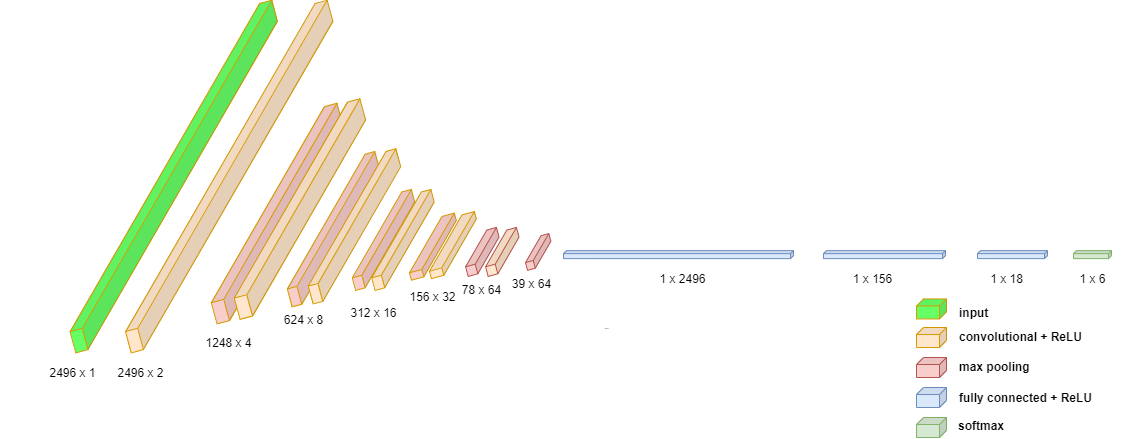
This is 1D CNN.png from krupaanand312jc/EMG_Hand_Movements_NN, a draw.io export, as it was before one commit. Source tidied: cells renumbered, new cells last; positions are measured from the earlier drawing's top-left corner, leaving out a move shared by most shapes.
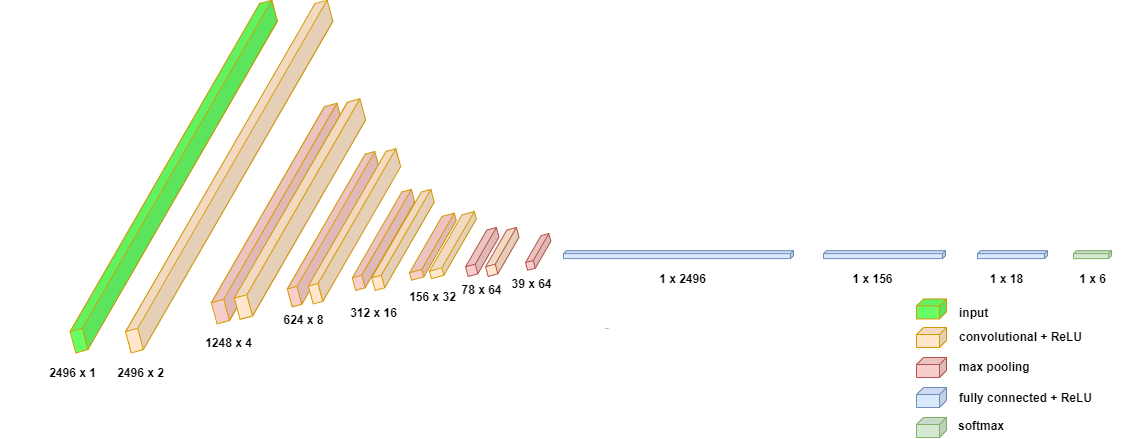
Later version of the same file.

Diff of the diagram source:
```diff
@@ -41,7 +41,7 @@
     <mxCell id="14" style="shape=cube;whiteSpace=wrap;html=1;boundedLbl=1;backgroundOutline=1;darkOpacity=0.05;darkOpacity2=0.1;size=7;direction=east;flipH=1;fillColor=#d5e8d4;strokeColor=#82b366;" parent="1" vertex="1">
       <mxGeometry x="893" y="386" width="30" height="20" as="geometry" />
     </mxCell>
-    <mxCell id="15" value="2496 x 2" style="text;html=1;strokeColor=none;fillColor=none;align=center;verticalAlign=middle;whiteSpace=wrap;rounded=0;" parent="1" vertex="1">
+    <mxCell id="15" value="2496 x 2" style="text;html=1;strokeColor=none;fillColor=none;align=center;verticalAlign=middle;whiteSpace=wrap;rounded=0;fontStyle=1;" parent="1" vertex="1">
       <mxGeometry x="68" y="326" width="99" height="30" as="geometry" />
     </mxCell>
     <mxCell id="16" value="convolutional + ReLU" style="text;html=1;strokeColor=none;fillColor=none;align=left;verticalAlign=middle;whiteSpace=wrap;rounded=0;fontStyle=1;" parent="1" vertex="1">
@@ -80,40 +80,40 @@
     <mxCell id="27" style="shape=cube;whiteSpace=wrap;html=1;boundedLbl=1;backgroundOutline=1;darkOpacity=0.05;darkOpacity2=0.1;size=30;direction=east;flipH=1;strokeColor=#b85450;rotation=345;fillColor=#FFE6CC;" parent="1" vertex="1">
       <mxGeometry x="458.8" y="200.4" width="40" height="40" as="geometry" />
     </mxCell>
-    <mxCell id="28" value="1248 x 4" style="text;html=1;strokeColor=none;fillColor=none;align=center;verticalAlign=middle;whiteSpace=wrap;rounded=0;" parent="1" vertex="1">
+    <mxCell id="28" value="1248 x 4" style="text;html=1;strokeColor=none;fillColor=none;align=center;verticalAlign=middle;whiteSpace=wrap;rounded=0;fontStyle=1;" parent="1" vertex="1">
       <mxGeometry x="156.2" y="296" width="99" height="30" as="geometry" />
     </mxCell>
-    <mxCell id="29" value="624 x 8" style="text;html=1;strokeColor=none;fillColor=none;align=center;verticalAlign=middle;whiteSpace=wrap;rounded=0;" parent="1" vertex="1">
+    <mxCell id="29" value="624 x 8" style="text;html=1;strokeColor=none;fillColor=none;align=center;verticalAlign=middle;whiteSpace=wrap;rounded=0;fontStyle=1;" parent="1" vertex="1">
       <mxGeometry x="231" y="273.1" width="99" height="30" as="geometry" />
     </mxCell>
-    <mxCell id="30" value="312 x 16" style="text;html=1;strokeColor=none;fillColor=none;align=center;verticalAlign=middle;whiteSpace=wrap;rounded=0;" parent="1" vertex="1">
+    <mxCell id="30" value="312 x 16" style="text;html=1;strokeColor=none;fillColor=none;align=center;verticalAlign=middle;whiteSpace=wrap;rounded=0;fontStyle=1;" parent="1" vertex="1">
       <mxGeometry x="301" y="266" width="99" height="30" as="geometry" />
     </mxCell>
-    <mxCell id="31" value="156 x 32" style="text;html=1;strokeColor=none;fillColor=none;align=center;verticalAlign=middle;whiteSpace=wrap;rounded=0;" parent="1" vertex="1">
+    <mxCell id="31" value="156 x 32" style="text;html=1;strokeColor=none;fillColor=none;align=center;verticalAlign=middle;whiteSpace=wrap;rounded=0;fontStyle=1;" parent="1" vertex="1">
       <mxGeometry x="359.8" y="250" width="99" height="30" as="geometry" />
     </mxCell>
-    <mxCell id="32" value="78 x 64" style="text;html=1;strokeColor=none;fillColor=none;align=center;verticalAlign=middle;whiteSpace=wrap;rounded=0;" parent="1" vertex="1">
+    <mxCell id="32" value="78 x 64" style="text;html=1;strokeColor=none;fillColor=none;align=center;verticalAlign=middle;whiteSpace=wrap;rounded=0;fontStyle=1;" parent="1" vertex="1">
       <mxGeometry x="409.3" y="243.1" width="99" height="30" as="geometry" />
     </mxCell>
     <mxCell id="33" value="FFE6CC" style="text;whiteSpace=wrap;html=1;fontSize=1;" parent="1" vertex="1">
       <mxGeometry x="580" y="290" width="30" height="20" as="geometry" />
     </mxCell>
-    <mxCell id="34" value="39 x 64" style="text;html=1;strokeColor=none;fillColor=none;align=center;verticalAlign=middle;whiteSpace=wrap;rounded=0;" parent="1" vertex="1">
+    <mxCell id="34" value="39 x 64" style="text;html=1;strokeColor=none;fillColor=none;align=center;verticalAlign=middle;whiteSpace=wrap;rounded=0;fontStyle=1;" parent="1" vertex="1">
       <mxGeometry x="458.8" y="237.4" width="99" height="30" as="geometry" />
     </mxCell>
-    <mxCell id="35" value="1 x 2496" style="text;html=1;strokeColor=none;fillColor=none;align=center;verticalAlign=middle;whiteSpace=wrap;rounded=0;" parent="1" vertex="1">
+    <mxCell id="35" value="1 x 2496" style="text;html=1;strokeColor=none;fillColor=none;align=center;verticalAlign=middle;whiteSpace=wrap;rounded=0;fontStyle=1;" parent="1" vertex="1">
       <mxGeometry x="610" y="235.4" width="99" height="24" as="geometry" />
     </mxCell>
-    <mxCell id="36" value="1 x 156" style="text;html=1;strokeColor=none;fillColor=none;align=center;verticalAlign=middle;whiteSpace=wrap;rounded=0;" parent="1" vertex="1">
+    <mxCell id="36" value="1 x 156" style="text;html=1;strokeColor=none;fillColor=none;align=center;verticalAlign=middle;whiteSpace=wrap;rounded=0;fontStyle=1;" parent="1" vertex="1">
       <mxGeometry x="800" y="235.1" width="99" height="24" as="geometry" />
     </mxCell>
-    <mxCell id="37" value="1 x 18" style="text;html=1;strokeColor=none;fillColor=none;align=center;verticalAlign=middle;whiteSpace=wrap;rounded=0;" parent="1" vertex="1">
+    <mxCell id="37" value="1 x 18" style="text;html=1;strokeColor=none;fillColor=none;align=center;verticalAlign=middle;whiteSpace=wrap;rounded=0;fontStyle=1;" parent="1" vertex="1">
       <mxGeometry x="934" y="235.1" width="99" height="24" as="geometry" />
     </mxCell>
-    <mxCell id="38" value="1 x 6" style="text;html=1;strokeColor=none;fillColor=none;align=center;verticalAlign=middle;whiteSpace=wrap;rounded=0;" parent="1" vertex="1">
+    <mxCell id="38" value="1 x 6" style="text;html=1;strokeColor=none;fillColor=none;align=center;verticalAlign=middle;whiteSpace=wrap;rounded=0;fontStyle=1;" parent="1" vertex="1">
       <mxGeometry x="1019.5" y="235.1" width="99" height="24" as="geometry" />
     </mxCell>
-    <mxCell id="39" value="2496 x 1" style="text;html=1;strokeColor=none;fillColor=none;align=center;verticalAlign=middle;whiteSpace=wrap;rounded=0;" parent="1" vertex="1">
+    <mxCell id="39" value="2496 x 1" style="text;html=1;strokeColor=none;fillColor=none;align=center;verticalAlign=middle;whiteSpace=wrap;rounded=0;fontStyle=1;" parent="1" vertex="1">
       <mxGeometry y="326" width="99" height="30" as="geometry" />
     </mxCell>
     <mxCell id="40" style="shape=cube;whiteSpace=wrap;html=1;boundedLbl=1;backgroundOutline=1;darkOpacity=0.05;darkOpacity2=0.1;size=7;direction=east;flipH=1;strokeColor=#d79b00;fillColor=#66FF66;" parent="1" vertex="1">
```
